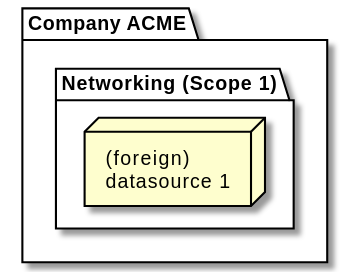
The PlantUML diagram docs/deployment/plantuml/pictures/compay_acme_min02.svg in smart-energy-di/d4, before a commit.
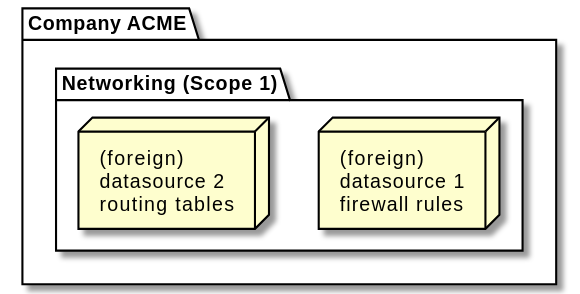
After the change.

Change to the diagram source:
```diff
@@ -2,7 +2,7 @@
 !include include/d4_inc_scope.puml
 
 package ca as "Company ACME" {
-    $d4scope(ca, scp1, "Networking (Scope 1)", $show_ds1=true, $show_ds2=false, $show_ds3=false, $show_rproxy=false, $show_cache=false, $show_ui=false, $show_adpt=false)
+    $d4scope(ca, scp1, "Networking (Scope 1)", $show_ds1=true, $show_ds2=true, $show_rproxy=false, $show_cache=false, $show_ui=false, $show_adpt=false)
 }
 
 @enduml
```
